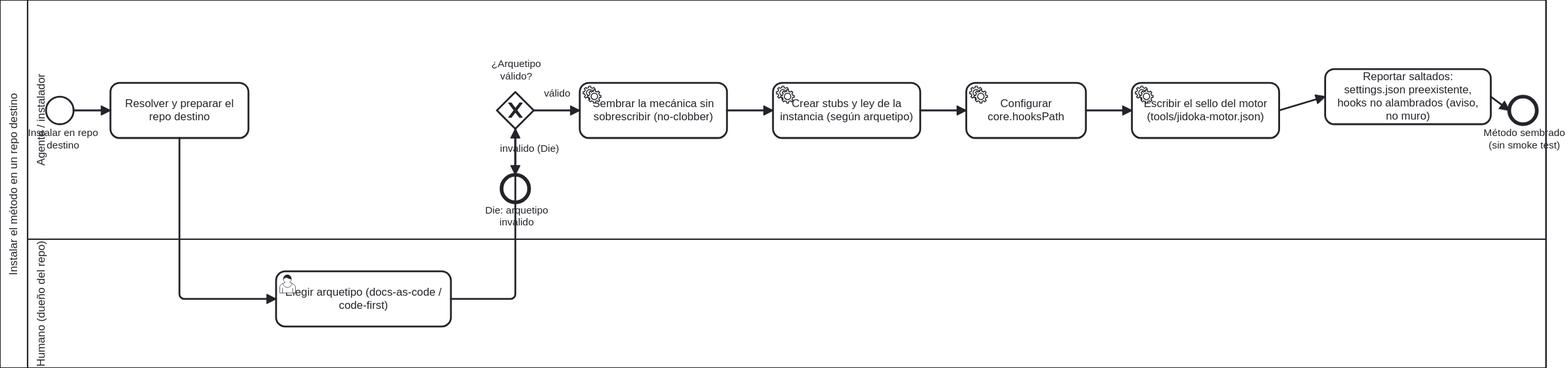
ArmandoMedina/jidoka keeps this BPMN diagram as docs/atlas/render/30-instalar-as-is.svg. Above is the earlier version. Its source is kept beside it as docs/atlas/30-instalacion/30-instalar-as-is.bpmn. Ids are renumbered.
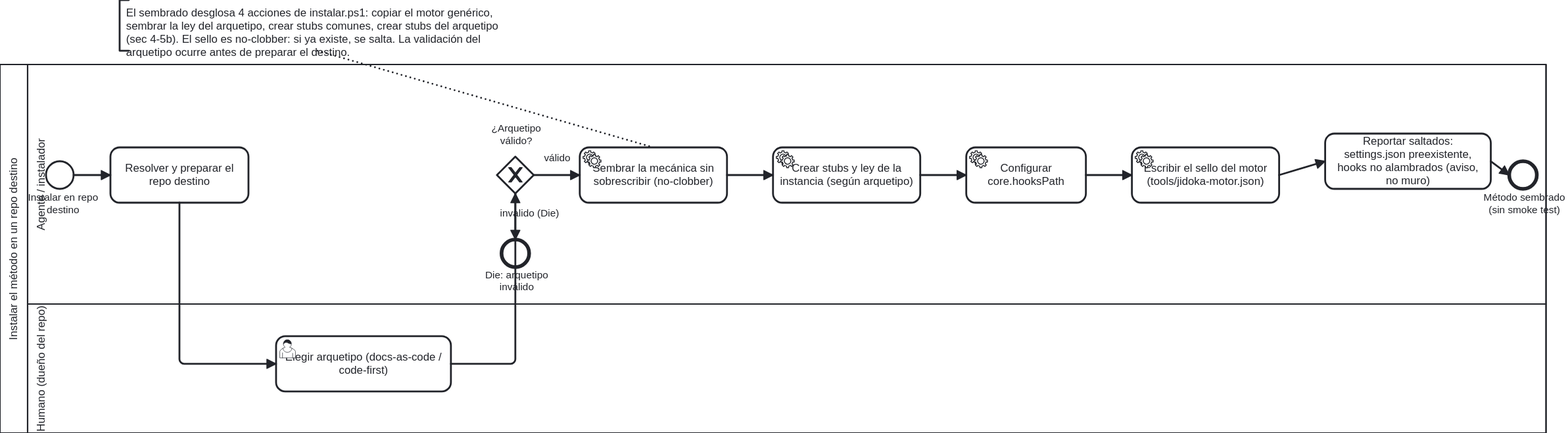
The same diagram one commit later.

What changed in the source:
```diff
@@ -75,6 +75,10 @@
     <bpmn:sequenceFlow id="f6" sourceRef="T_Hooks" targetRef="T_Sello"/>
     <bpmn:sequenceFlow id="f7" sourceRef="T_Sello" targetRef="T_Brownfield"/>
     <bpmn:sequenceFlow id="f_end" sourceRef="T_Brownfield" targetRef="End"/>
+    <bpmn:textAnnotation id="Ann_Desglose">
+      <bpmn:text>El sembrado desglosa 4 acciones de instalar.ps1: copiar el motor genérico, sembrar la ley del arquetipo, crear stubs comunes, crear stubs del arquetipo (sec 4-5b). El sello es no-clobber: si ya existe, se salta. La validación del arquetipo ocurre antes de preparar el destino.</bpmn:text>
+    </bpmn:textAnnotation>
+    <bpmn:association id="Assoc_Desglose" sourceRef="Ann_Desglose" targetRef="T_Sembrar"/>
   </bpmn:process>
   <bpmndi:BPMNDiagram id="Diagram_30_Instalar">
     <bpmndi:BPMNPlane id="Plane_30_Instalar" bpmnElement="Collab_Instalar">
@@ -166,6 +170,13 @@
         <di:waypoint x="1780" y="185"/>
         <di:waypoint x="1800" y="200"/>
       </bpmndi:BPMNEdge>
+      <bpmndi:BPMNShape id="Shape_Ann_Desglose" bpmnElement="Ann_Desglose">
+        <dc:Bounds x="290" y="10" width="430" height="55"/>
+      </bpmndi:BPMNShape>
+      <bpmndi:BPMNEdge id="Edge_Assoc_Desglose" bpmnElement="Assoc_Desglose">
+        <di:waypoint x="505" y="65"/>
+        <di:waypoint x="870" y="170"/>
+      </bpmndi:BPMNEdge>
     </bpmndi:BPMNPlane>
   </bpmndi:BPMNDiagram>
 </bpmn:definitions>
```
